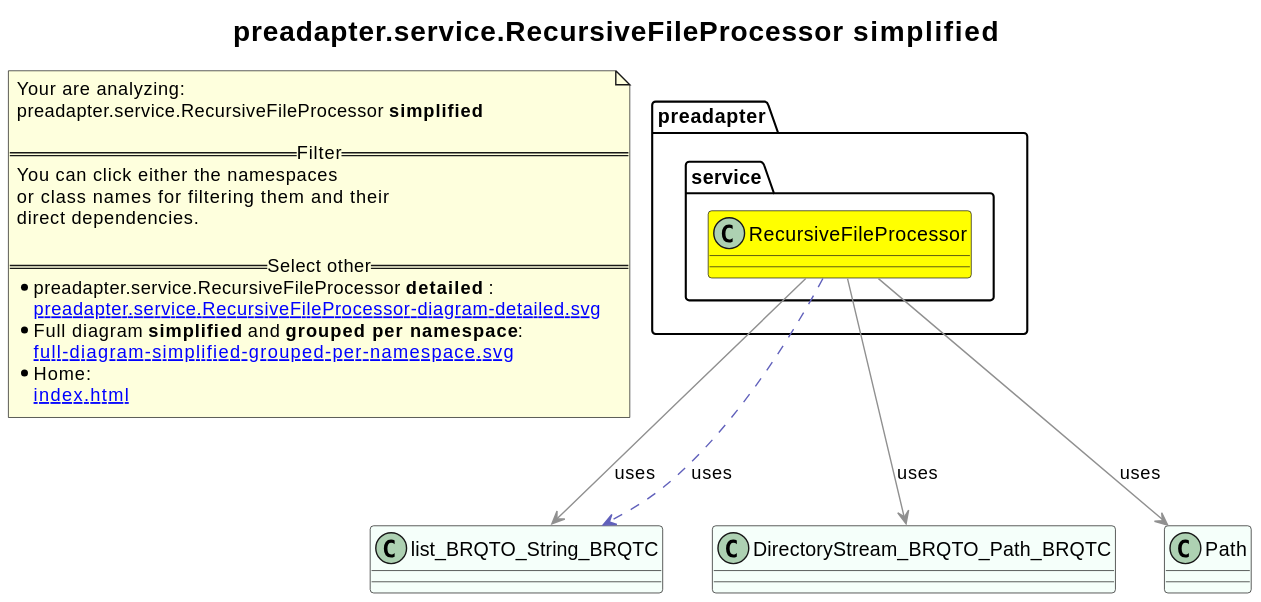
Before: revenger-java-adapter.out/preadapter.service.RecursiveFileProcessor-diagram-simplified.svg, a diagram exported from PlantUML (2BlackCoffees/revenger). The source it was exported from:
```plantuml
@startuml
title <size:20>preadapter.service.RecursiveFileProcessor **simplified** </size>
note "Your are analyzing:\npreadapter.service.RecursiveFileProcessor **simplified** \n\n==Filter==\nYou can click either the namespaces \nor class names for filtering them and their\ndirect dependencies.\n\n==Select other==\n* preadapter.service.RecursiveFileProcessor **detailed** :\n   [[preadapter.service.RecursiveFileProcessor-diagram-detailed.svg]]\n* Full diagram **simplified** and **grouped per namespace**:\n   [[full-diagram-simplified-grouped-per-namespace.svg]]\n* Home:\n   [[index.html]]" as FloatingNote
class list_BRQTO_String_BRQTC [[list_BRQTO_String_BRQTC-diagram-simplified.svg]] #MintCream {
}
class DirectoryStream_BRQTO_Path_BRQTC [[DirectoryStream_BRQTO_Path_BRQTC-diagram-simplified.svg]] #MintCream {
}
class Path [[Path-diagram-simplified.svg]] #MintCream {
}
  class preadapter.service.RecursiveFileProcessor [[preadapter.service.RecursiveFileProcessor-diagram-simplified.svg]] #yellow {
  }
preadapter.service.RecursiveFileProcessor -[#909090]-> list_BRQTO_String_BRQTC  : uses
preadapter.service.RecursiveFileProcessor .[#6060BB].> list_BRQTO_String_BRQTC  : uses
preadapter.service.RecursiveFileProcessor -[#909090]-> DirectoryStream_BRQTO_Path_BRQTC  : uses
preadapter.service.RecursiveFileProcessor -[#909090]-> Path  : uses
@enduml
```
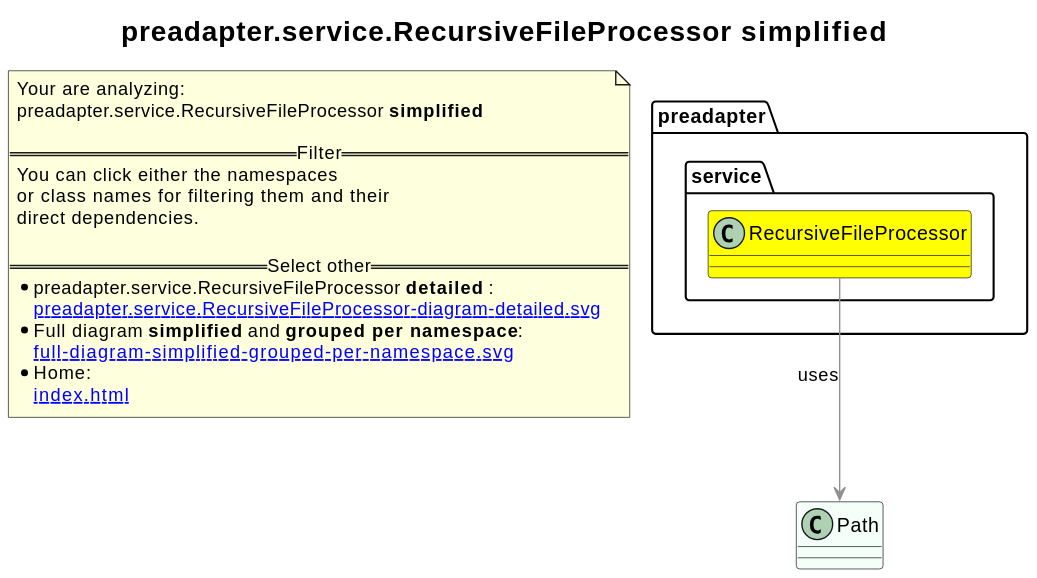
The same file after the commit.

What changed in the source:
```diff
@@ -1,16 +1,10 @@
 @startuml
+skinparam linetype ortho
 title <size:20>preadapter.service.RecursiveFileProcessor **simplified** </size>
 note "Your are analyzing:\npreadapter.service.RecursiveFileProcessor **simplified** \n\n==Filter==\nYou can click either the namespaces \nor class names for filtering them and their\ndirect dependencies.\n\n==Select other==\n* preadapter.service.RecursiveFileProcessor **detailed** :\n   [[preadapter.service.RecursiveFileProcessor-diagram-detailed.svg]]\n* Full diagram **simplified** and **grouped per namespace**:\n   [[full-diagram-simplified-grouped-per-namespace.svg]]\n* Home:\n   [[index.html]]" as FloatingNote
-class list_BRQTO_String_BRQTC [[list_BRQTO_String_BRQTC-diagram-simplified.svg]] #MintCream {
-}
-class DirectoryStream_BRQTO_Path_BRQTC [[DirectoryStream_BRQTO_Path_BRQTC-diagram-simplified.svg]] #MintCream {
-}
 class Path [[Path-diagram-simplified.svg]] #MintCream {
 }
   class preadapter.service.RecursiveFileProcessor [[preadapter.service.RecursiveFileProcessor-diagram-simplified.svg]] #yellow {
   }
-preadapter.service.RecursiveFileProcessor -[#909090]-> list_BRQTO_String_BRQTC  : uses
-preadapter.service.RecursiveFileProcessor .[#6060BB].> list_BRQTO_String_BRQTC  : uses
-preadapter.service.RecursiveFileProcessor -[#909090]-> DirectoryStream_BRQTO_Path_BRQTC  : uses
 preadapter.service.RecursiveFileProcessor -[#909090]-> Path  : uses
 @enduml
```
